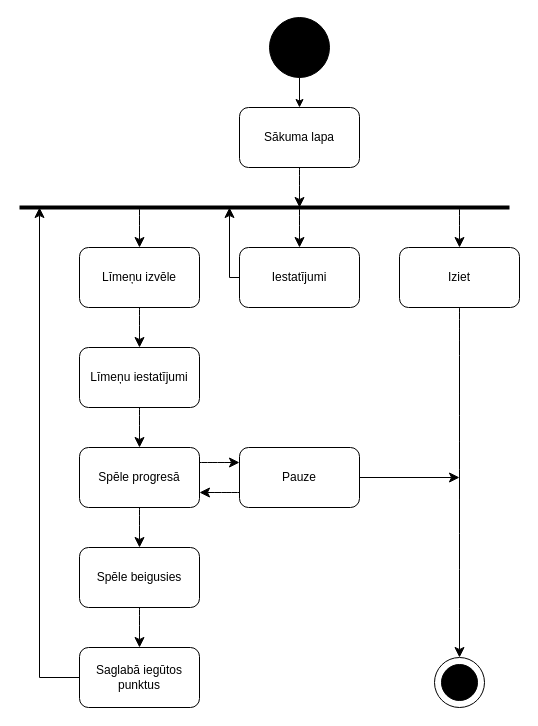
Before: Documentation/State diagram.drawio in kaaaaaaaaaaarl/CyberShock, a draw.io diagram. Source tidied: cells renumbered, new cells numbered last; positions are measured from the earlier drawing's top-left corner, leaving out a move shared by most shapes. Both pictures are drawn from the tidied source at 100%, with x=0, y=0 at pixel (19, 17).
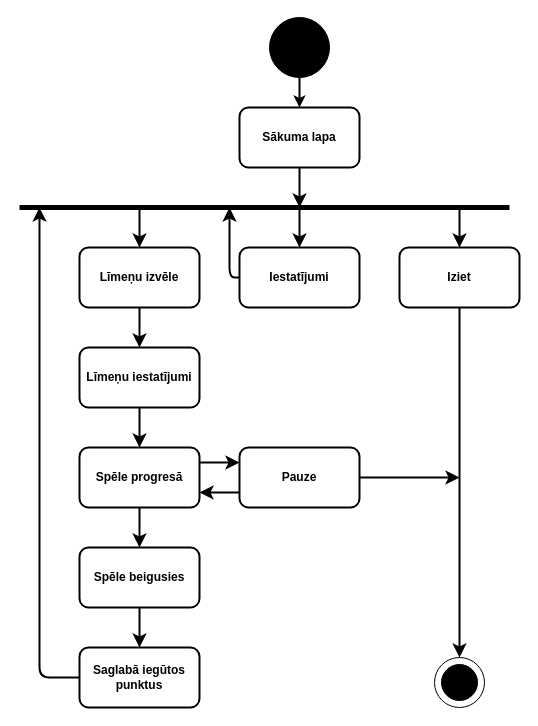
The same diagram, later.

Unchanged cells that the change refers to:
```xml
<mxCell id="3" style="ellipse;whiteSpace=wrap;html=1;fillStyle=solid;fillColor=#000000;" parent="1" vertex="1">
  <mxGeometry x="250" width="60" height="60" as="geometry" />
</mxCell>
<mxCell id="19" value="s" style="ellipse;whiteSpace=wrap;html=1;" parent="1" vertex="1">
  <mxGeometry x="415" y="640" width="50" height="50" as="geometry" />
</mxCell>
```

Diff of the diagram source:
```diff
@@
-    <mxCell id="2" style="edgeStyle=orthogonalEdgeStyle;rounded=0;jettySize=auto;html=1;exitX=0.5;exitY=1;exitDx=0;exitDy=0;entryX=0.5;entryY=0;entryDx=0;entryDy=0;" parent="1" edge="1" source="3" target="5">
+    <mxCell id="2" style="edgeStyle=orthogonalEdgeStyle;rounded=1;jettySize=auto;html=1;exitX=0.5;exitY=1;exitDx=0;exitDy=0;entryX=0.5;entryY=0;entryDx=0;entryDy=0;strokeColor=default;strokeWidth=2;align=center;verticalAlign=middle;fontFamily=Helvetica;fontSize=12;fontColor=default;fontStyle=1;fillColor=default;" parent="1" edge="1" source="3" target="5">
       <mxGeometry relative="1" as="geometry" />
     </mxCell>
@@
-    <mxCell id="4" style="edgeStyle=none;curved=1;rounded=0;jettySize=auto;html=1;exitX=0.5;exitY=1;exitDx=0;exitDy=0;fontSize=12;startSize=8;endSize=8;" parent="1" edge="1" source="5">
+    <mxCell id="4" style="edgeStyle=none;rounded=1;jettySize=auto;html=1;exitX=0.5;exitY=1;exitDx=0;exitDy=0;fontSize=12;startSize=8;endSize=8;strokeColor=default;strokeWidth=2;align=center;verticalAlign=middle;fontFamily=Helvetica;fontColor=default;fontStyle=1;fillColor=default;" parent="1" edge="1" source="5">
       <mxGeometry relative="1" as="geometry">
         <mxPoint x="280" y="190" as="targetPoint" />
       </mxGeometry>
     </mxCell>
-    <mxCell id="5" value="Sākuma lapa" style="rounded=1;whiteSpace=wrap;html=1;" parent="1" vertex="1">
+    <mxCell id="5" value="Sākuma lapa" style="rounded=1;whiteSpace=wrap;html=1;strokeColor=default;strokeWidth=2;align=center;verticalAlign=middle;fontFamily=Helvetica;fontSize=12;fontColor=default;fontStyle=1;fillColor=default;" parent="1" vertex="1">
       <mxGeometry x="220" y="90" width="120" height="60" as="geometry" />
     </mxCell>
-    <mxCell id="6" style="endArrow=none;html=1;rounded=0;fontSize=12;startSize=8;endSize=8;curved=1;strokeWidth=4;" parent="1" edge="1">
+    <mxCell id="6" style="endArrow=none;html=1;rounded=1;fontSize=12;startSize=8;endSize=8;strokeWidth=5;strokeColor=default;align=center;verticalAlign=middle;fontFamily=Helvetica;fontColor=default;fontStyle=1;fillColor=default;" parent="1" edge="1">
       <mxGeometry relative="1" as="geometry">
         <mxPoint y="190" as="sourcePoint" />
         <mxPoint x="490" y="190" as="targetPoint" />
       </mxGeometry>
     </mxCell>
-    <mxCell id="7" style="edgeStyle=none;curved=1;rounded=0;jettySize=auto;html=1;exitX=0.5;exitY=1;exitDx=0;exitDy=0;entryX=0.5;entryY=0;entryDx=0;entryDy=0;fontSize=12;startSize=8;endSize=8;" parent="1" edge="1" source="8" target="14">
+    <mxCell id="7" style="edgeStyle=none;rounded=1;jettySize=auto;html=1;exitX=0.5;exitY=1;exitDx=0;exitDy=0;entryX=0.5;entryY=0;entryDx=0;entryDy=0;fontSize=12;startSize=8;endSize=8;strokeColor=default;strokeWidth=2;align=center;verticalAlign=middle;fontFamily=Helvetica;fontColor=default;fontStyle=1;fillColor=default;" parent="1" edge="1" source="8" target="14">
       <mxGeometry relative="1" as="geometry" />
     </mxCell>
-    <mxCell id="8" value="Līmeņu izvēle" style="rounded=1;whiteSpace=wrap;html=1;" parent="1" vertex="1">
+    <mxCell id="8" value="Līmeņu izvēle" style="rounded=1;whiteSpace=wrap;html=1;strokeColor=default;strokeWidth=2;align=center;verticalAlign=middle;fontFamily=Helvetica;fontSize=12;fontColor=default;fontStyle=1;fillColor=default;" parent="1" vertex="1">
       <mxGeometry x="60" y="230" width="120" height="60" as="geometry" />
     </mxCell>
-    <mxCell id="9" style="endArrow=classic;html=1;rounded=0;fontSize=12;startSize=8;endSize=8;curved=1;entryX=0.5;entryY=0;entryDx=0;entryDy=0;" parent="1" edge="1" target="8">
+    <mxCell id="9" style="endArrow=classic;html=1;rounded=1;fontSize=12;startSize=8;endSize=8;entryX=0.5;entryY=0;entryDx=0;entryDy=0;strokeColor=default;strokeWidth=2;align=center;verticalAlign=middle;fontFamily=Helvetica;fontColor=default;fontStyle=1;fillColor=default;" parent="1" edge="1" target="8">
       <mxGeometry relative="1" as="geometry">
         <mxPoint x="120" y="190" as="sourcePoint" />
       </mxGeometry>
     </mxCell>
-    <mxCell id="10" value="Iestatījumi" style="rounded=1;whiteSpace=wrap;html=1;" parent="1" vertex="1">
+    <mxCell id="10" value="Iestatījumi" style="rounded=1;whiteSpace=wrap;html=1;strokeColor=default;strokeWidth=2;align=center;verticalAlign=middle;fontFamily=Helvetica;fontSize=12;fontColor=default;fontStyle=1;fillColor=default;" parent="1" vertex="1">
       <mxGeometry x="220" y="230" width="120" height="60" as="geometry" />
     </mxCell>
-    <mxCell id="11" style="endArrow=classic;html=1;rounded=0;fontSize=12;startSize=8;endSize=8;curved=1;entryX=0.5;entryY=0;entryDx=0;entryDy=0;" parent="1" edge="1" target="10">
+    <mxCell id="11" style="endArrow=classic;html=1;rounded=1;fontSize=12;startSize=8;endSize=8;entryX=0.5;entryY=0;entryDx=0;entryDy=0;strokeColor=default;strokeWidth=2;align=center;verticalAlign=middle;fontFamily=Helvetica;fontColor=default;fontStyle=1;fillColor=default;" parent="1" edge="1" target="10">
       <mxGeometry relative="1" as="geometry">
         <mxPoint x="280" y="190" as="sourcePoint" />
       </mxGeometry>
     </mxCell>
-    <mxCell id="12" style="endArrow=classic;html=1;rounded=0;fontSize=12;startSize=8;endSize=8;curved=1;entryX=0.5;entryY=0;entryDx=0;entryDy=0;" parent="1" edge="1" target="24">
+    <mxCell id="12" style="endArrow=classic;html=1;rounded=1;fontSize=12;startSize=8;endSize=8;entryX=0.5;entryY=0;entryDx=0;entryDy=0;strokeColor=default;strokeWidth=2;align=center;verticalAlign=middle;fontFamily=Helvetica;fontColor=default;fontStyle=1;fillColor=default;" parent="1" edge="1" target="24">
       <mxGeometry relative="1" as="geometry">
         <mxPoint x="440" y="190" as="sourcePoint" />
       </mxGeometry>
     </mxCell>
-    <mxCell id="13" style="edgeStyle=none;curved=1;rounded=0;jettySize=auto;html=1;exitX=0.5;exitY=1;exitDx=0;exitDy=0;entryX=0.5;entryY=0;entryDx=0;entryDy=0;fontSize=12;startSize=8;endSize=8;" parent="1" edge="1" source="14" target="18">
+    <mxCell id="13" style="edgeStyle=none;rounded=1;jettySize=auto;html=1;exitX=0.5;exitY=1;exitDx=0;exitDy=0;entryX=0.5;entryY=0;entryDx=0;entryDy=0;fontSize=12;startSize=8;endSize=8;strokeColor=default;strokeWidth=2;align=center;verticalAlign=middle;fontFamily=Helvetica;fontColor=default;fontStyle=1;fillColor=default;" parent="1" edge="1" source="14" target="18">
       <mxGeometry relative="1" as="geometry" />
     </mxCell>
-    <mxCell id="14" value="Līmeņu iestatījumi" style="rounded=1;whiteSpace=wrap;html=1;" parent="1" vertex="1">
+    <mxCell id="14" value="Līmeņu iestatījumi" style="rounded=1;whiteSpace=wrap;html=1;strokeColor=default;strokeWidth=2;align=center;verticalAlign=middle;fontFamily=Helvetica;fontSize=12;fontColor=default;fontStyle=1;fillColor=default;" parent="1" vertex="1">
       <mxGeometry x="60" y="330" width="120" height="60" as="geometry" />
     </mxCell>
-    <mxCell id="15" style="endArrow=classic;html=1;rounded=0;fontSize=12;startSize=8;endSize=8;curved=0;" parent="1" edge="1">
+    <mxCell id="15" style="endArrow=classic;html=1;rounded=1;fontSize=12;startSize=8;endSize=8;strokeColor=default;strokeWidth=2;align=center;verticalAlign=middle;fontFamily=Helvetica;fontColor=default;fontStyle=1;fillColor=default;" parent="1" edge="1">
       <mxGeometry relative="1" as="geometry">
         <mxPoint x="220" y="260" as="sourcePoint" />
         <mxPoint x="210" y="190" as="targetPoint" />
         <Array as="points">
           <mxPoint x="210" y="260" />
         </Array>
       </mxGeometry>
     </mxCell>
-    <mxCell id="16" style="edgeStyle=none;curved=1;rounded=0;jettySize=auto;html=1;exitX=0.5;exitY=1;exitDx=0;exitDy=0;entryX=0.5;entryY=0;entryDx=0;entryDy=0;fontSize=12;startSize=8;endSize=8;" parent="1" edge="1" source="18" target="23">
+    <mxCell id="16" style="edgeStyle=none;rounded=1;jettySize=auto;html=1;exitX=0.5;exitY=1;exitDx=0;exitDy=0;entryX=0.5;entryY=0;entryDx=0;entryDy=0;fontSize=12;startSize=8;endSize=8;strokeColor=default;strokeWidth=2;align=center;verticalAlign=middle;fontFamily=Helvetica;fontColor=default;fontStyle=1;fillColor=default;" parent="1" edge="1" source="18" target="23">
       <mxGeometry relative="1" as="geometry" />
     </mxCell>
-    <mxCell id="17" style="edgeStyle=none;curved=1;rounded=0;jettySize=auto;html=1;exitX=1;exitY=0.25;exitDx=0;exitDy=0;entryX=0;entryY=0.25;entryDx=0;entryDy=0;fontSize=12;startSize=8;endSize=8;" parent="1" edge="1" source="18" target="29">
+    <mxCell id="17" style="edgeStyle=none;rounded=1;jettySize=auto;html=1;exitX=1;exitY=0.25;exitDx=0;exitDy=0;entryX=0;entryY=0.25;entryDx=0;entryDy=0;fontSize=12;startSize=8;endSize=8;strokeColor=default;strokeWidth=2;align=center;verticalAlign=middle;fontFamily=Helvetica;fontColor=default;fontStyle=1;fillColor=default;" parent="1" edge="1" source="18" target="29">
       <mxGeometry relative="1" as="geometry" />
     </mxCell>
-    <mxCell id="18" value="Spēle progresā" style="rounded=1;whiteSpace=wrap;html=1;" parent="1" vertex="1">
+    <mxCell id="18" value="Spēle progresā" style="rounded=1;whiteSpace=wrap;html=1;strokeColor=default;strokeWidth=2;align=center;verticalAlign=middle;fontFamily=Helvetica;fontSize=12;fontColor=default;fontStyle=1;fillColor=default;" parent="1" vertex="1">
       <mxGeometry x="60" y="430" width="120" height="60" as="geometry" />
     </mxCell>
@@
-    <mxCell id="21" style="edgeStyle=none;curved=0;rounded=0;jettySize=auto;html=1;exitX=0;exitY=0.5;exitDx=0;exitDy=0;fontSize=12;startSize=8;endSize=8;" parent="1" edge="1" source="26">
+    <mxCell id="21" style="edgeStyle=none;rounded=1;jettySize=auto;html=1;exitX=0;exitY=0.5;exitDx=0;exitDy=0;fontSize=12;startSize=8;endSize=8;strokeColor=default;strokeWidth=2;align=center;verticalAlign=middle;fontFamily=Helvetica;fontColor=default;fontStyle=1;fillColor=default;" parent="1" edge="1" source="26">
       <mxGeometry relative="1" as="geometry">
         <mxPoint x="20" y="190" as="targetPoint" />
         <Array as="points">
           <mxPoint x="20" y="660" />
         </Array>
       </mxGeometry>
     </mxCell>
-    <mxCell id="22" style="edgeStyle=none;curved=1;rounded=0;jettySize=auto;html=1;exitX=0.5;exitY=1;exitDx=0;exitDy=0;entryX=0.5;entryY=0;entryDx=0;entryDy=0;fontSize=12;startSize=8;endSize=8;" parent="1" edge="1" source="23" target="26">
+    <mxCell id="22" style="edgeStyle=none;rounded=1;jettySize=auto;html=1;exitX=0.5;exitY=1;exitDx=0;exitDy=0;entryX=0.5;entryY=0;entryDx=0;entryDy=0;fontSize=12;startSize=8;endSize=8;strokeColor=default;strokeWidth=2;align=center;verticalAlign=middle;fontFamily=Helvetica;fontColor=default;fontStyle=1;fillColor=default;" parent="1" edge="1" source="23" target="26">
       <mxGeometry relative="1" as="geometry" />
     </mxCell>
-    <mxCell id="23" value="Spēle beigusies" style="rounded=1;whiteSpace=wrap;html=1;" parent="1" vertex="1">
+    <mxCell id="23" value="Spēle beigusies" style="rounded=1;whiteSpace=wrap;html=1;strokeColor=default;strokeWidth=2;align=center;verticalAlign=middle;fontFamily=Helvetica;fontSize=12;fontColor=default;fontStyle=1;fillColor=default;" parent="1" vertex="1">
       <mxGeometry x="60" y="530" width="120" height="60" as="geometry" />
     </mxCell>
-    <mxCell id="24" value="Iziet" style="rounded=1;whiteSpace=wrap;html=1;fontSize=12;" parent="1" vertex="1">
+    <mxCell id="24" value="Iziet" style="rounded=1;whiteSpace=wrap;html=1;fontSize=12;strokeWidth=2;fontStyle=1;strokeColor=default;align=center;verticalAlign=middle;fontFamily=Helvetica;fontColor=default;fillColor=default;" parent="1" vertex="1">
       <mxGeometry x="380" y="230" width="120" height="60" as="geometry" />
     </mxCell>
-    <mxCell id="25" style="edgeStyle=none;curved=1;rounded=0;jettySize=auto;html=1;exitX=0.5;exitY=1;exitDx=0;exitDy=0;entryX=0.5;entryY=0;entryDx=0;entryDy=0;fontSize=12;startSize=8;endSize=8;" parent="1" edge="1" source="24" target="19">
+    <mxCell id="25" style="edgeStyle=none;rounded=1;jettySize=auto;html=1;exitX=0.5;exitY=1;exitDx=0;exitDy=0;entryX=0.5;entryY=0;entryDx=0;entryDy=0;fontSize=12;startSize=8;endSize=8;strokeColor=default;strokeWidth=2;align=center;verticalAlign=middle;fontFamily=Helvetica;fontColor=default;fontStyle=1;fillColor=default;" parent="1" edge="1" source="24" target="19">
       <mxGeometry relative="1" as="geometry" />
     </mxCell>
-    <mxCell id="26" value="Saglabā iegūtos punktus" style="rounded=1;whiteSpace=wrap;html=1;" parent="1" vertex="1">
+    <mxCell id="26" value="Saglabā iegūtos punktus" style="rounded=1;whiteSpace=wrap;html=1;strokeColor=default;strokeWidth=2;align=center;verticalAlign=middle;fontFamily=Helvetica;fontSize=12;fontColor=default;fontStyle=1;fillColor=default;" parent="1" vertex="1">
       <mxGeometry x="60" y="630" width="120" height="60" as="geometry" />
     </mxCell>
-    <mxCell id="27" style="edgeStyle=none;curved=1;rounded=0;jettySize=auto;html=1;exitX=0;exitY=0.75;exitDx=0;exitDy=0;entryX=1;entryY=0.75;entryDx=0;entryDy=0;fontSize=12;startSize=8;endSize=8;" parent="1" edge="1" source="29" target="18">
+    <mxCell id="27" style="edgeStyle=none;rounded=1;jettySize=auto;html=1;exitX=0;exitY=0.75;exitDx=0;exitDy=0;entryX=1;entryY=0.75;entryDx=0;entryDy=0;fontSize=12;startSize=8;endSize=8;strokeColor=default;strokeWidth=2;align=center;verticalAlign=middle;fontFamily=Helvetica;fontColor=default;fontStyle=1;fillColor=default;" parent="1" edge="1" source="29" target="18">
       <mxGeometry relative="1" as="geometry" />
     </mxCell>
-    <mxCell id="28" style="edgeStyle=none;curved=0;rounded=0;jettySize=auto;html=1;exitX=1;exitY=0.5;exitDx=0;exitDy=0;fontSize=12;startSize=8;endSize=8;" parent="1" edge="1" source="29">
+    <mxCell id="28" style="edgeStyle=none;rounded=1;jettySize=auto;html=1;exitX=1;exitY=0.5;exitDx=0;exitDy=0;fontSize=12;startSize=8;endSize=8;strokeColor=default;strokeWidth=2;align=center;verticalAlign=middle;fontFamily=Helvetica;fontColor=default;fontStyle=1;fillColor=default;" parent="1" edge="1" source="29">
       <mxGeometry relative="1" as="geometry">
         <mxPoint x="440" y="460" as="targetPoint" />
         <Array as="points">
           <mxPoint x="440" y="460" />
         </Array>
       </mxGeometry>
     </mxCell>
-    <mxCell id="29" value="Pauze" style="rounded=1;whiteSpace=wrap;html=1;" parent="1" vertex="1">
+    <mxCell id="29" value="Pauze" style="rounded=1;whiteSpace=wrap;html=1;strokeColor=default;strokeWidth=2;align=center;verticalAlign=middle;fontFamily=Helvetica;fontSize=12;fontColor=default;fontStyle=1;fillColor=default;" parent="1" vertex="1">
       <mxGeometry x="220" y="430" width="120" height="60" as="geometry" />
     </mxCell>
```
